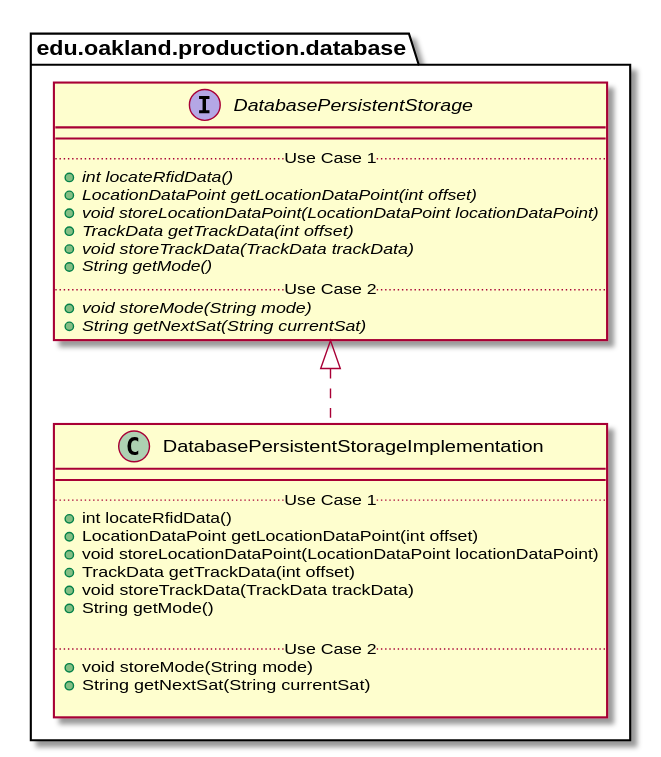
This is docs/uml-class-diagrams/database/production/DatabasePersistentStorageImplementation/DatabasePersistentStorageImplementation_Closure.svg from andrewdimmer/csi-3370-software-project, a PlantUML export, as it was before one commit. Source of this version:
```plantuml
@startuml DatabasePersistentStorageImplementation_Closure


package edu.oakland.production.database {
    class DatabasePersistentStorageImplementation {
        __
        .. Use Case 1 ..
        + int locateRfidData()
        + LocationDataPoint getLocationDataPoint(int offset)
        + void storeLocationDataPoint(LocationDataPoint locationDataPoint)
        + TrackData getTrackData(int offset)
        + void storeTrackData(TrackData trackData)
        + String getMode()

        .. Use Case 2 ..
        + void storeMode(String mode)
        + String getNextSat(String currentSat)

    }
}




package edu.oakland.production.database {
    interface DatabasePersistentStorage {
        __
        .. Use Case 1 ..
        {abstract} + int locateRfidData()
        {abstract} + LocationDataPoint getLocationDataPoint(int offset)
        {abstract} + void storeLocationDataPoint(LocationDataPoint locationDataPoint)
        {abstract} + TrackData getTrackData(int offset)
        {abstract} + void storeTrackData(TrackData trackData)
        {abstract} + String getMode()
        .. Use Case 2 ..
        {abstract} + void storeMode(String mode)
        {abstract} + String getNextSat(String currentSat)
    }
}






DatabasePersistentStorageImplementation .up.|> DatabasePersistentStorage





@enduml
```
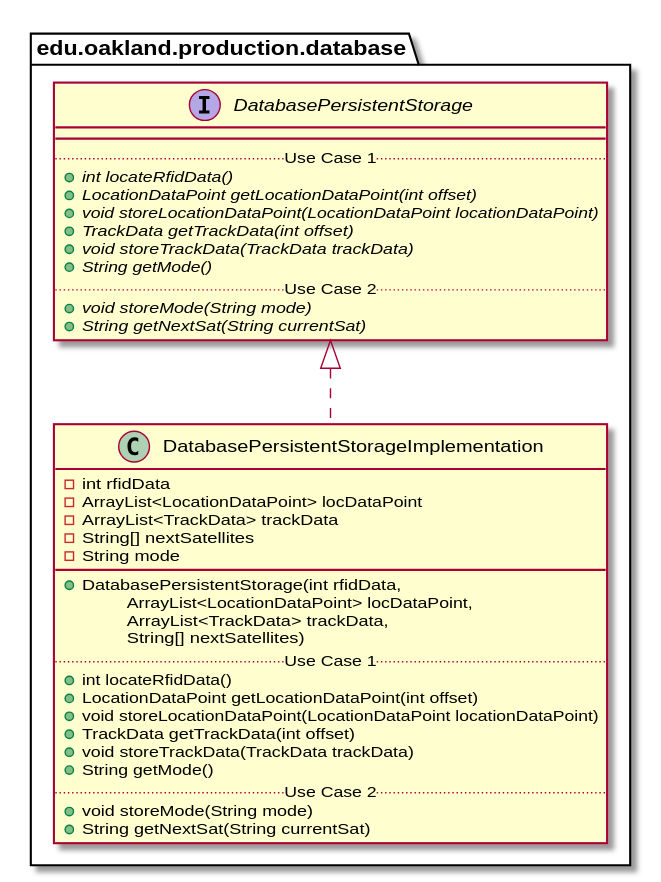
After the change.

What changed in the source:
```diff
@@ -3,7 +3,16 @@
 
 package edu.oakland.production.database {
     class DatabasePersistentStorageImplementation {
+        - int rfidData
+        - ArrayList<LocationDataPoint> locDataPoint
+        - ArrayList<TrackData> trackData
+        - String[] nextSatellites
+        - String mode
         __
+        + DatabasePersistentStorage(int rfidData,
+        \tArrayList<LocationDataPoint> locDataPoint,
+        \tArrayList<TrackData> trackData,
+        \tString[] nextSatellites)
         .. Use Case 1 ..
         + int locateRfidData()
         + LocationDataPoint getLocationDataPoint(int offset)
@@ -11,11 +20,9 @@
         + TrackData getTrackData(int offset)
         + void storeTrackData(TrackData trackData)
         + String getMode()
-
         .. Use Case 2 ..
         + void storeMode(String mode)
         + String getNextSat(String currentSat)
-
     }
 }
 
```
